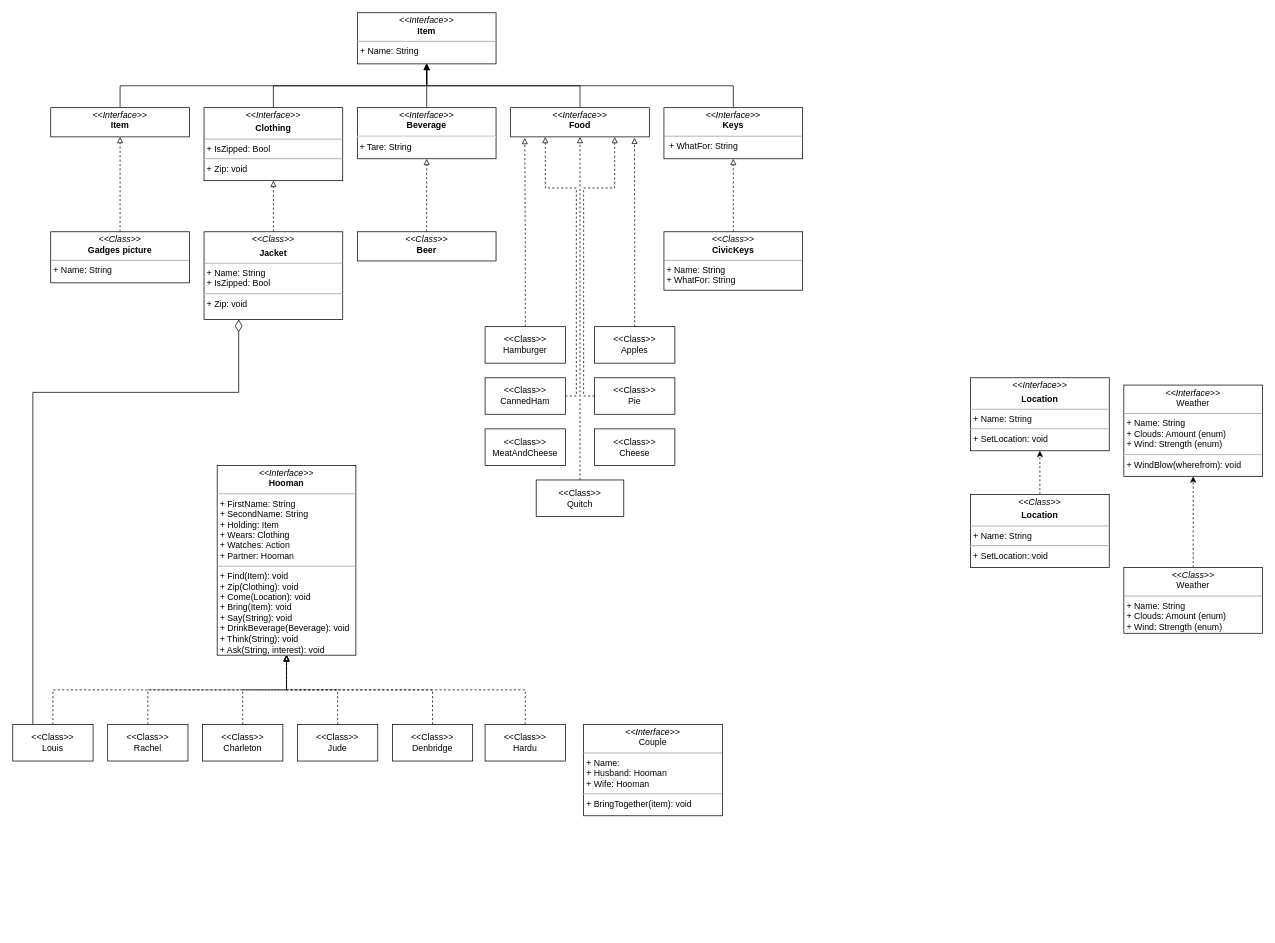
Earlier version of the draw.io diagram Untitled Diagram.drawio (Sat1l/laba4). Source tidied: cells renumbered, new cells numbered last; positions are measured from the earlier drawing's top-left corner, leaving out a move shared by most shapes. Both pictures are drawn from the tidied source at 73%, with x=0, y=0 at pixel (12, 12).
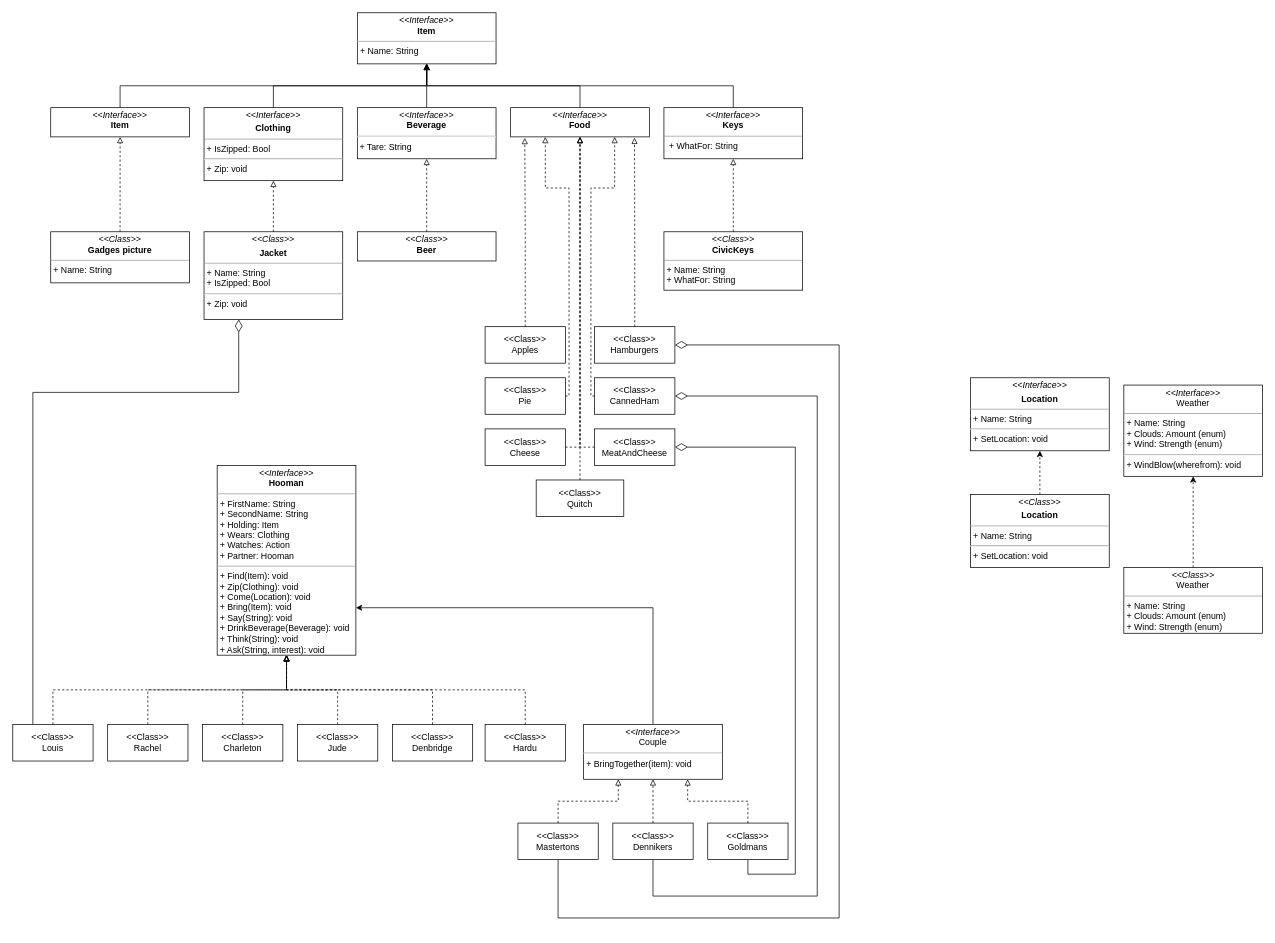
Above is the later version.

The change refers to these unchanged cells:
```xml
<mxCell id="2" value="&lt;p style=&quot;margin:0px;margin-top:4px;text-align:center;&quot;&gt;&lt;i&gt;&amp;lt;&amp;lt;Interface&amp;gt;&amp;gt;&lt;/i&gt;&lt;br&gt;&lt;b&gt;Hooman&lt;/b&gt;&lt;/p&gt;&lt;hr size=&quot;1&quot;&gt;&lt;p style=&quot;margin:0px;margin-left:4px;&quot;&gt;+ FirstName: String&lt;/p&gt;&lt;p style=&quot;margin:0px;margin-left:4px;&quot;&gt;+ SecondName: String&lt;/p&gt;&lt;p style=&quot;margin:0px;margin-left:4px;&quot;&gt;+ Holding: Item&lt;/p&gt;&lt;p style=&quot;margin:0px;margin-left:4px;&quot;&gt;+ Wears: Clothing&lt;/p&gt;&lt;p style=&quot;margin:0px;margin-left:4px;&quot;&gt;+ Watches: Action&lt;/p&gt;&lt;p style=&quot;margin:0px;margin-left:4px;&quot;&gt;+ Partner: Hooman&lt;/p&gt;&lt;hr size=&quot;1&quot;&gt;&lt;p style=&quot;margin:0px;margin-left:4px;&quot;&gt;+ Find(Item): void&lt;br&gt;+ Zip(Clothing): void&lt;/p&gt;&lt;p style=&quot;margin:0px;margin-left:4px;&quot;&gt;+ Come(Location): void&lt;/p&gt;&lt;p style=&quot;margin:0px;margin-left:4px;&quot;&gt;+ Bring(Item): void&lt;/p&gt;&lt;p style=&quot;margin:0px;margin-left:4px;&quot;&gt;+ Say(String): void&lt;/p&gt;&lt;p style=&quot;margin:0px;margin-left:4px;&quot;&gt;+ DrinkBeverage(Beverage): void&lt;/p&gt;&lt;p style=&quot;margin:0px;margin-left:4px;&quot;&gt;+ Think(String): void&lt;/p&gt;&lt;p style=&quot;margin:0px;margin-left:4px;&quot;&gt;+ Ask(String, interest): void&lt;/p&gt;" style="verticalAlign=top;align=left;overflow=fill;fontSize=12;fontFamily=Helvetica;html=1;whiteSpace=wrap;" parent="1" vertex="1">
  <mxGeometry x="280" y="620" width="190" height="260" as="geometry" />
</mxCell>
<mxCell id="12" value="&lt;p style=&quot;margin:0px;margin-top:4px;text-align:center;&quot;&gt;&lt;i&gt;&amp;lt;&amp;lt;Interface&amp;gt;&amp;gt;&lt;/i&gt;&lt;br&gt;&lt;b&gt;Food&lt;/b&gt;&lt;/p&gt;&lt;p style=&quot;margin:0px;margin-left:4px;&quot;&gt;&lt;br&gt;&lt;/p&gt;" style="verticalAlign=top;align=left;overflow=fill;fontSize=12;fontFamily=Helvetica;html=1;whiteSpace=wrap;" parent="1" vertex="1">
  <mxGeometry x="682" y="130" width="190" height="40" as="geometry" />
</mxCell>
```

Diff of the diagram source:
```diff
@@
-    <mxCell id="41" value="&amp;lt;&amp;lt;Class&amp;gt;&amp;gt;&lt;br&gt;Hamburger" style="html=1;whiteSpace=wrap;" parent="1" vertex="1">
+    <mxCell id="41" value="&amp;lt;&amp;lt;Class&amp;gt;&amp;gt;&lt;br&gt;Apples" style="html=1;whiteSpace=wrap;" parent="1" vertex="1">
       <mxGeometry x="647" y="430" width="110" height="50" as="geometry" />
     </mxCell>
     <mxCell id="42" style="edgeStyle=orthogonalEdgeStyle;rounded=0;jettySize=auto;html=1;exitX=1;exitY=0.5;exitDx=0;exitDy=0;entryX=0.25;entryY=1;entryDx=0;entryDy=0;dashed=1;endArrow=block;endFill=0;" parent="1" edge="1" source="43" target="12">
       <mxGeometry relative="1" as="geometry">
         <Array as="points">
-          <mxPoint x="772" y="525" />
-          <mxPoint x="772" y="240" />
-          <mxPoint x="730" y="240" />
+          <mxPoint x="762" y="525" />
+          <mxPoint x="762" y="240" />
+          <mxPoint x="729" y="240" />
         </Array>
       </mxGeometry>
     </mxCell>
-    <mxCell id="43" value="&amp;lt;&amp;lt;Class&amp;gt;&amp;gt;&lt;br&gt;CannedHam" style="html=1;whiteSpace=wrap;" parent="1" vertex="1">
+    <mxCell id="43" value="&amp;lt;&amp;lt;Class&amp;gt;&amp;gt;&lt;br&gt;Pie" style="html=1;whiteSpace=wrap;" parent="1" vertex="1">
       <mxGeometry x="647" y="500" width="110" height="50" as="geometry" />
     </mxCell>
+    <mxCell id="54" style="edgeStyle=orthogonalEdgeStyle;rounded=0;jettySize=auto;html=1;exitX=1;exitY=0.5;exitDx=0;exitDy=0;dashed=1;endArrow=block;endFill=0;" parent="1" edge="1" source="44" target="12">
+      <mxGeometry relative="1" as="geometry" />
+    </mxCell>
-    <mxCell id="44" value="&amp;lt;&amp;lt;Class&amp;gt;&amp;gt;&lt;br&gt;MeatAndCheese" style="html=1;whiteSpace=wrap;" parent="1" vertex="1">
+    <mxCell id="44" value="&amp;lt;&amp;lt;Class&amp;gt;&amp;gt;&lt;br&gt;Cheese" style="html=1;whiteSpace=wrap;" parent="1" vertex="1">
       <mxGeometry x="647" y="570" width="110" height="50" as="geometry" />
     </mxCell>
-    <mxCell id="45" value="&amp;lt;&amp;lt;Class&amp;gt;&amp;gt;&lt;br&gt;Apples" style="html=1;whiteSpace=wrap;" parent="1" vertex="1">
+    <mxCell id="45" value="&amp;lt;&amp;lt;Class&amp;gt;&amp;gt;&lt;br&gt;Hamburgers" style="html=1;whiteSpace=wrap;" parent="1" vertex="1">
       <mxGeometry x="797" y="430" width="110" height="50" as="geometry" />
     </mxCell>
     <mxCell id="46" style="edgeStyle=orthogonalEdgeStyle;rounded=0;jettySize=auto;html=1;exitX=0;exitY=0.5;exitDx=0;exitDy=0;entryX=0.75;entryY=1;entryDx=0;entryDy=0;dashed=1;endArrow=block;endFill=0;" parent="1" edge="1" source="47" target="12">
       <mxGeometry relative="1" as="geometry">
         <Array as="points">
-          <mxPoint x="782" y="525" />
-          <mxPoint x="782" y="240" />
+          <mxPoint x="792" y="525" />
+          <mxPoint x="792" y="240" />
           <mxPoint x="825" y="240" />
         </Array>
       </mxGeometry>
     </mxCell>
-    <mxCell id="47" value="&amp;lt;&amp;lt;Class&amp;gt;&amp;gt;&lt;br&gt;Pie" style="html=1;whiteSpace=wrap;" parent="1" vertex="1">
+    <mxCell id="47" value="&amp;lt;&amp;lt;Class&amp;gt;&amp;gt;&lt;br&gt;CannedHam" style="html=1;whiteSpace=wrap;" parent="1" vertex="1">
       <mxGeometry x="797" y="500" width="110" height="50" as="geometry" />
     </mxCell>
+    <mxCell id="55" style="edgeStyle=orthogonalEdgeStyle;rounded=0;jettySize=auto;html=1;exitX=0;exitY=0.5;exitDx=0;exitDy=0;dashed=1;endArrow=block;endFill=0;" parent="1" edge="1" source="48" target="12">
+      <mxGeometry relative="1" as="geometry" />
+    </mxCell>
-    <mxCell id="48" value="&amp;lt;&amp;lt;Class&amp;gt;&amp;gt;&lt;br&gt;Cheese" style="html=1;whiteSpace=wrap;" parent="1" vertex="1">
+    <mxCell id="48" value="&amp;lt;&amp;lt;Class&amp;gt;&amp;gt;&lt;br&gt;MeatAndCheese" style="html=1;whiteSpace=wrap;" parent="1" vertex="1">
       <mxGeometry x="797" y="570" width="110" height="50" as="geometry" />
     </mxCell>
@@
+    <mxCell id="56" style="edgeStyle=orthogonalEdgeStyle;rounded=0;jettySize=auto;html=1;exitX=0.5;exitY=0;exitDx=0;exitDy=0;entryX=1;entryY=0.75;entryDx=0;entryDy=0;" parent="1" edge="1" source="53" target="2">
+      <mxGeometry relative="1" as="geometry" />
+    </mxCell>
-    <mxCell id="53" value="&lt;p style=&quot;margin:0px;margin-top:4px;text-align:center;&quot;&gt;&lt;i&gt;&amp;lt;&amp;lt;Interface&amp;gt;&amp;gt;&lt;/i&gt;&lt;br&gt;Couple&lt;/p&gt;&lt;hr size=&quot;1&quot;&gt;&lt;p style=&quot;margin:0px;margin-left:4px;&quot;&gt;+ Name:&lt;/p&gt;&lt;p style=&quot;margin:0px;margin-left:4px;&quot;&gt;+ Husband: Hooman&lt;/p&gt;&lt;p style=&quot;margin:0px;margin-left:4px;&quot;&gt;+ Wife: Hooman&lt;/p&gt;&lt;hr&gt;&lt;p style=&quot;margin:0px;margin-left:4px;&quot;&gt;+ BringTogether(item): void&lt;/p&gt;" style="verticalAlign=top;align=left;overflow=fill;fontSize=12;fontFamily=Helvetica;html=1;whiteSpace=wrap;" parent="1" vertex="1">
-      <mxGeometry x="782" y="975" width="190" height="125" as="geometry" />
+    <mxCell id="53" value="&lt;p style=&quot;margin:0px;margin-top:4px;text-align:center;&quot;&gt;&lt;i&gt;&amp;lt;&amp;lt;Interface&amp;gt;&amp;gt;&lt;/i&gt;&lt;br&gt;Couple&lt;/p&gt;&lt;hr&gt;&lt;p style=&quot;margin:0px;margin-left:4px;&quot;&gt;+ BringTogether(item): void&lt;/p&gt;" style="verticalAlign=top;align=left;overflow=fill;fontSize=12;fontFamily=Helvetica;html=1;whiteSpace=wrap;" parent="1" vertex="1">
+      <mxGeometry x="782" y="975" width="190" height="75" as="geometry" />
     </mxCell>
+    <mxCell id="57" style="edgeStyle=orthogonalEdgeStyle;rounded=0;jettySize=auto;html=1;exitX=0.5;exitY=0;exitDx=0;exitDy=0;entryX=0.25;entryY=1;entryDx=0;entryDy=0;dashed=1;endArrow=block;endFill=0;" parent="1" edge="1" source="59" target="53">
+      <mxGeometry relative="1" as="geometry" />
+    </mxCell>
+    <mxCell id="58" style="edgeStyle=orthogonalEdgeStyle;rounded=0;jettySize=auto;html=1;exitX=0.5;exitY=1;exitDx=0;exitDy=0;entryX=1;entryY=0.5;entryDx=0;entryDy=0;endArrow=diamondThin;endFill=0;endSize=15;" parent="1" edge="1" source="59" target="45">
+      <mxGeometry relative="1" as="geometry">
+        <Array as="points">
+          <mxPoint x="747" y="1240" />
+          <mxPoint x="1132" y="1240" />
+          <mxPoint x="1132" y="455" />
+        </Array>
+      </mxGeometry>
+    </mxCell>
+    <mxCell id="59" value="&amp;lt;&amp;lt;Class&amp;gt;&amp;gt;&lt;br&gt;Mastertons" style="html=1;whiteSpace=wrap;" parent="1" vertex="1">
+      <mxGeometry x="692" y="1110" width="110" height="50" as="geometry" />
+    </mxCell>
+    <mxCell id="60" style="edgeStyle=orthogonalEdgeStyle;rounded=0;jettySize=auto;html=1;exitX=0.5;exitY=0;exitDx=0;exitDy=0;entryX=0.5;entryY=1;entryDx=0;entryDy=0;dashed=1;endArrow=block;endFill=0;" parent="1" edge="1" source="62" target="53">
+      <mxGeometry relative="1" as="geometry" />
+    </mxCell>
+    <mxCell id="61" style="edgeStyle=orthogonalEdgeStyle;rounded=0;jettySize=auto;html=1;exitX=0.5;exitY=1;exitDx=0;exitDy=0;entryX=1;entryY=0.5;entryDx=0;entryDy=0;endSize=15;endArrow=diamondThin;endFill=0;" parent="1" edge="1" source="62" target="47">
+      <mxGeometry relative="1" as="geometry">
+        <Array as="points">
+          <mxPoint x="877" y="1210" />
+          <mxPoint x="1102" y="1210" />
+          <mxPoint x="1102" y="525" />
+        </Array>
+      </mxGeometry>
+    </mxCell>
+    <mxCell id="62" value="&amp;lt;&amp;lt;Class&amp;gt;&amp;gt;&lt;br&gt;Dennikers" style="html=1;whiteSpace=wrap;" parent="1" vertex="1">
+      <mxGeometry x="822" y="1110" width="110" height="50" as="geometry" />
+    </mxCell>
+    <mxCell id="63" style="edgeStyle=orthogonalEdgeStyle;rounded=0;jettySize=auto;html=1;exitX=0.5;exitY=0;exitDx=0;exitDy=0;entryX=0.75;entryY=1;entryDx=0;entryDy=0;dashed=1;endArrow=block;endFill=0;" parent="1" edge="1" source="65" target="53">
+      <mxGeometry relative="1" as="geometry" />
+    </mxCell>
+    <mxCell id="64" style="edgeStyle=orthogonalEdgeStyle;rounded=0;jettySize=auto;html=1;exitX=0.5;exitY=1;exitDx=0;exitDy=0;entryX=1;entryY=0.5;entryDx=0;entryDy=0;endArrow=diamondThin;endFill=0;endSize=15;" parent="1" edge="1" source="65" target="48">
+      <mxGeometry relative="1" as="geometry">
+        <Array as="points">
+          <mxPoint x="1007" y="1180" />
+          <mxPoint x="1072" y="1180" />
+          <mxPoint x="1072" y="595" />
+        </Array>
+      </mxGeometry>
+    </mxCell>
+    <mxCell id="65" value="&amp;lt;&amp;lt;Class&amp;gt;&amp;gt;&lt;br&gt;Goldmans" style="html=1;whiteSpace=wrap;" parent="1" vertex="1">
+      <mxGeometry x="952" y="1110" width="110" height="50" as="geometry" />
+    </mxCell>
```
